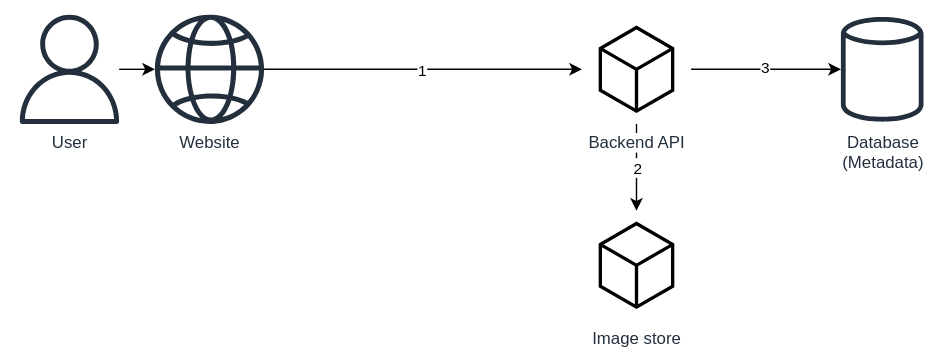
Earlier version of the draw.io export docs/POST-microservice-architecture.drawio.svg (sofushn/ruc-workshop-dds-project). Source tidied: cells renumbered, new cells last; positions are measured from the earlier drawing's top-left corner, leaving out a move shared by most shapes. The source it was exported from:
```xml
<mxGraphModel background="#ffffff">
  <root>
    <mxCell id="0" />
    <mxCell id="1" parent="0" />
    <mxCell id="2" value="Database&lt;br&gt;(Metadata)" style="sketch=0;outlineConnect=0;fontColor=#232F3E;gradientColor=none;fillColor=#232F3D;strokeColor=none;dashed=0;verticalLabelPosition=bottom;verticalAlign=top;align=center;html=1;fontSize=12;fontStyle=0;shape=mxgraph.aws4.generic_database;" parent="1" vertex="1">
      <mxGeometry x="590" width="59" height="78" as="geometry" />
    </mxCell>
    <mxCell id="3" style="edgeStyle=none;html=1;" parent="1" edge="1" source="4" target="7">
      <mxGeometry relative="1" as="geometry" />
    </mxCell>
    <mxCell id="4" value="User" style="sketch=0;outlineConnect=0;fontColor=#232F3E;gradientColor=none;fillColor=#232F3D;strokeColor=none;dashed=0;verticalLabelPosition=bottom;verticalAlign=top;align=center;html=1;fontSize=12;fontStyle=0;shape=mxgraph.aws4.user;" parent="1" vertex="1">
      <mxGeometry width="78" height="78" as="geometry" />
    </mxCell>
    <mxCell id="5" style="edgeStyle=none;html=1;" parent="1" edge="1" source="7" target="12">
      <mxGeometry relative="1" as="geometry" />
    </mxCell>
    <mxCell id="6" value="1" style="edgeLabel;html=1;align=center;verticalAlign=middle;" parent="5" vertex="1">
      <mxGeometry x="-0.01" relative="1" as="geometry" />
    </mxCell>
    <mxCell id="7" value="Website" style="sketch=0;outlineConnect=0;fontColor=#232F3E;gradientColor=none;fillColor=#232F3D;strokeColor=none;dashed=0;verticalLabelPosition=bottom;verticalAlign=top;align=center;html=1;fontSize=12;fontStyle=0;shape=mxgraph.aws4.globe;perimeter=ellipsePerimeter;" parent="1" vertex="1">
      <mxGeometry x="100" width="78" height="78" as="geometry" />
    </mxCell>
    <mxCell id="8" value="s" style="edgeStyle=none;html=1;" parent="1" edge="1" source="12" target="13">
      <mxGeometry relative="1" as="geometry" />
    </mxCell>
    <mxCell id="9" value="2" style="edgeLabel;html=1;align=center;verticalAlign=middle;" parent="8" vertex="1">
      <mxGeometry x="-0.07" y="1" relative="1" as="geometry">
        <mxPoint x="-1" y="3" as="offset" />
      </mxGeometry>
    </mxCell>
    <mxCell id="10" style="edgeStyle=none;html=1;" parent="1" edge="1" source="12" target="2">
      <mxGeometry relative="1" as="geometry" />
    </mxCell>
    <mxCell id="11" value="3" style="edgeLabel;html=1;align=center;verticalAlign=middle;" parent="10" vertex="1">
      <mxGeometry x="-0.02" y="2" relative="1" as="geometry" />
    </mxCell>
    <mxCell id="12" value="&lt;span style=&quot;background-color: light-dark(#ffffff, var(--ge-dark-color, #121212));&quot;&gt;Backend API&lt;/span&gt;" style="sketch=0;points=[[0,0,0],[0.25,0,0],[0.5,0,0],[0.75,0,0],[1,0,0],[0,1,0],[0.25,1,0],[0.5,1,0],[0.75,1,0],[1,1,0],[0,0.25,0],[0,0.5,0],[0,0.75,0],[1,0.25,0],[1,0.5,0],[1,0.75,0]];gradientDirection=north;outlineConnect=0;fontColor=#232F3E;gradientColor=none;fillColor=none;strokeColor=default;dashed=0;verticalLabelPosition=bottom;verticalAlign=top;align=center;html=1;fontSize=12;fontStyle=0;shape=mxgraph.aws4.resourceIcon;resIcon=mxgraph.aws4.general;" parent="1" vertex="1">
      <mxGeometry x="405" width="78" height="78" as="geometry" />
    </mxCell>
    <mxCell id="13" value="&lt;span style=&quot;background-color: rgb(255, 255, 255);&quot;&gt;Image store&lt;/span&gt;" style="sketch=0;points=[[0,0,0],[0.25,0,0],[0.5,0,0],[0.75,0,0],[1,0,0],[0,1,0],[0.25,1,0],[0.5,1,0],[0.75,1,0],[1,1,0],[0,0.25,0],[0,0.5,0],[0,0.75,0],[1,0.25,0],[1,0.5,0],[1,0.75,0]];gradientDirection=north;outlineConnect=0;fontColor=#232F3E;gradientColor=none;fillColor=none;strokeColor=default;dashed=0;verticalLabelPosition=bottom;verticalAlign=top;align=center;html=1;fontSize=12;fontStyle=0;shape=mxgraph.aws4.resourceIcon;resIcon=mxgraph.aws4.general;" parent="1" vertex="1">
      <mxGeometry x="405" y="140" width="78" height="78" as="geometry" />
    </mxCell>
  </root>
</mxGraphModel>
```
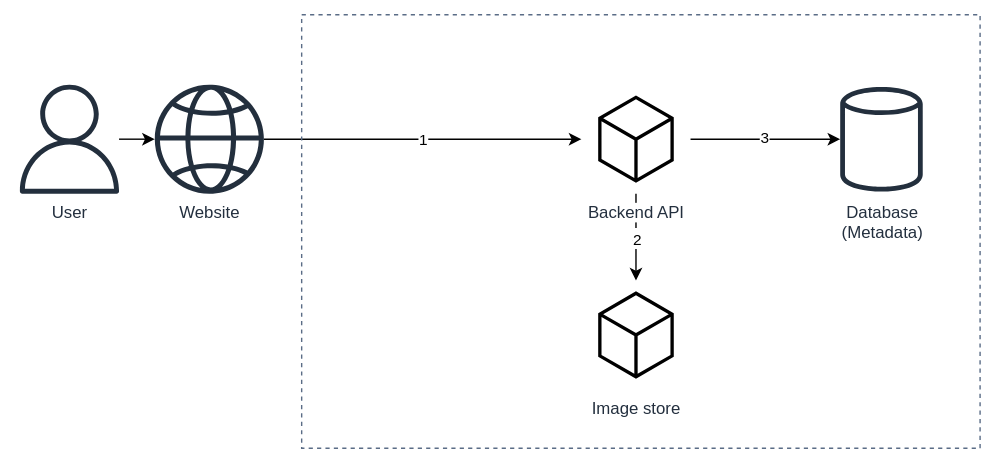
The same diagram one commit later.

Commit message:
fix: updated post graphic

Change to the diagram source:
```diff
@@ -40,5 +40,8 @@
     <mxCell id="13" value="&lt;span style=&quot;background-color: rgb(255, 255, 255);&quot;&gt;Image store&lt;/span&gt;" style="sketch=0;points=[[0,0,0],[0.25,0,0],[0.5,0,0],[0.75,0,0],[1,0,0],[0,1,0],[0.25,1,0],[0.5,1,0],[0.75,1,0],[1,1,0],[0,0.25,0],[0,0.5,0],[0,0.75,0],[1,0.25,0],[1,0.5,0],[1,0.75,0]];gradientDirection=north;outlineConnect=0;fontColor=#232F3E;gradientColor=none;fillColor=none;strokeColor=default;dashed=0;verticalLabelPosition=bottom;verticalAlign=top;align=center;html=1;fontSize=12;fontStyle=0;shape=mxgraph.aws4.resourceIcon;resIcon=mxgraph.aws4.general;" parent="1" vertex="1">
       <mxGeometry x="405" y="140" width="78" height="78" as="geometry" />
     </mxCell>
+    <mxCell id="14" style="fillColor=none;strokeColor=#5A6C86;dashed=1;verticalAlign=top;fontStyle=0;fontColor=#5A6C86;whiteSpace=wrap;html=1;" parent="1" vertex="1">
+      <mxGeometry x="205" y="-50" width="485" height="310" as="geometry" />
+    </mxCell>
   </root>
 </mxGraphModel>
```
